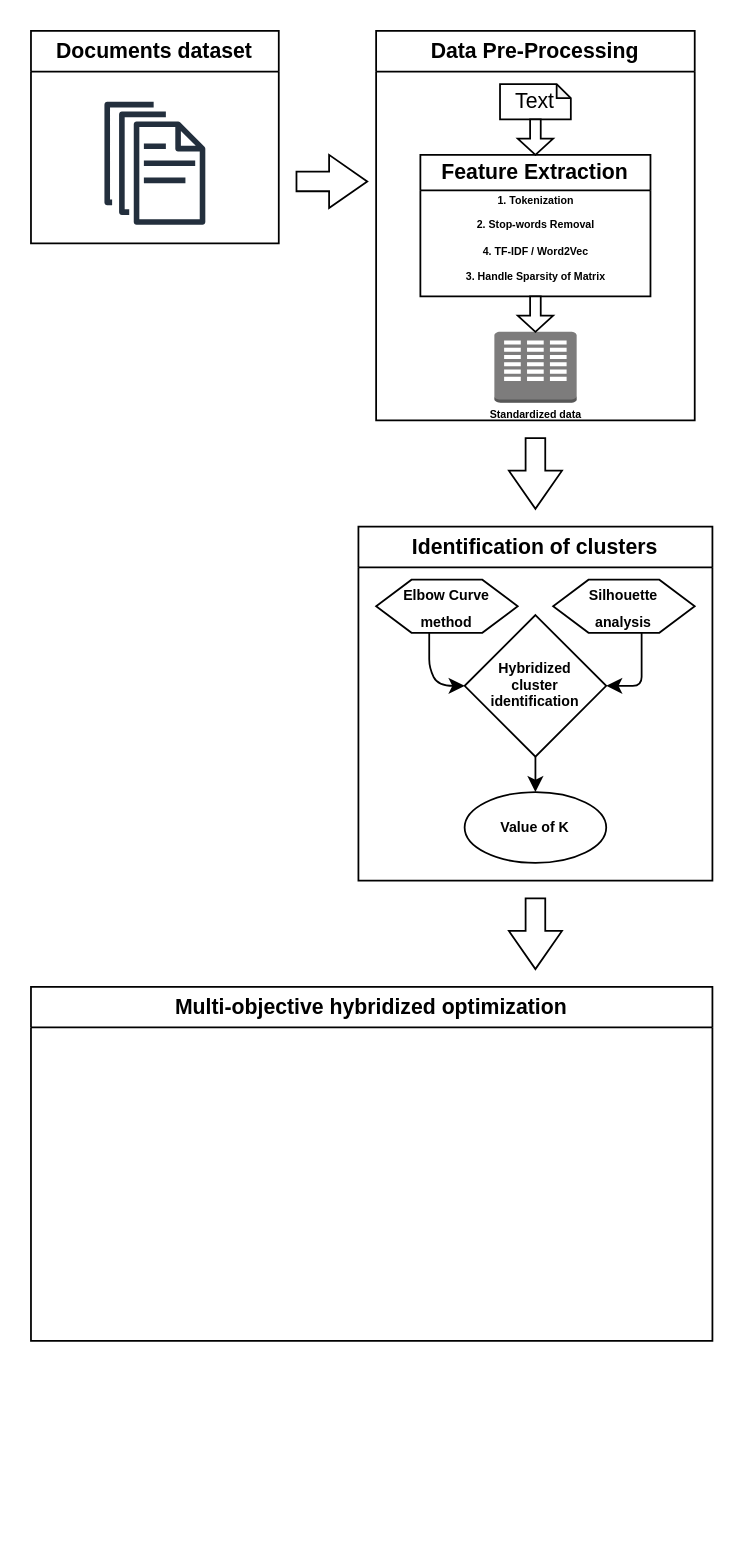
This is Untitled Diagram.drawio from vikramhankare/Covac, a draw.io file, before an edit. Source tidied: cells renumbered, new cells numbered last; positions are measured from the earlier drawing's top-left corner, leaving out a move shared by most shapes. Both pictures are drawn from the tidied source at 177%, with x=0, y=0 at pixel (30, 30).
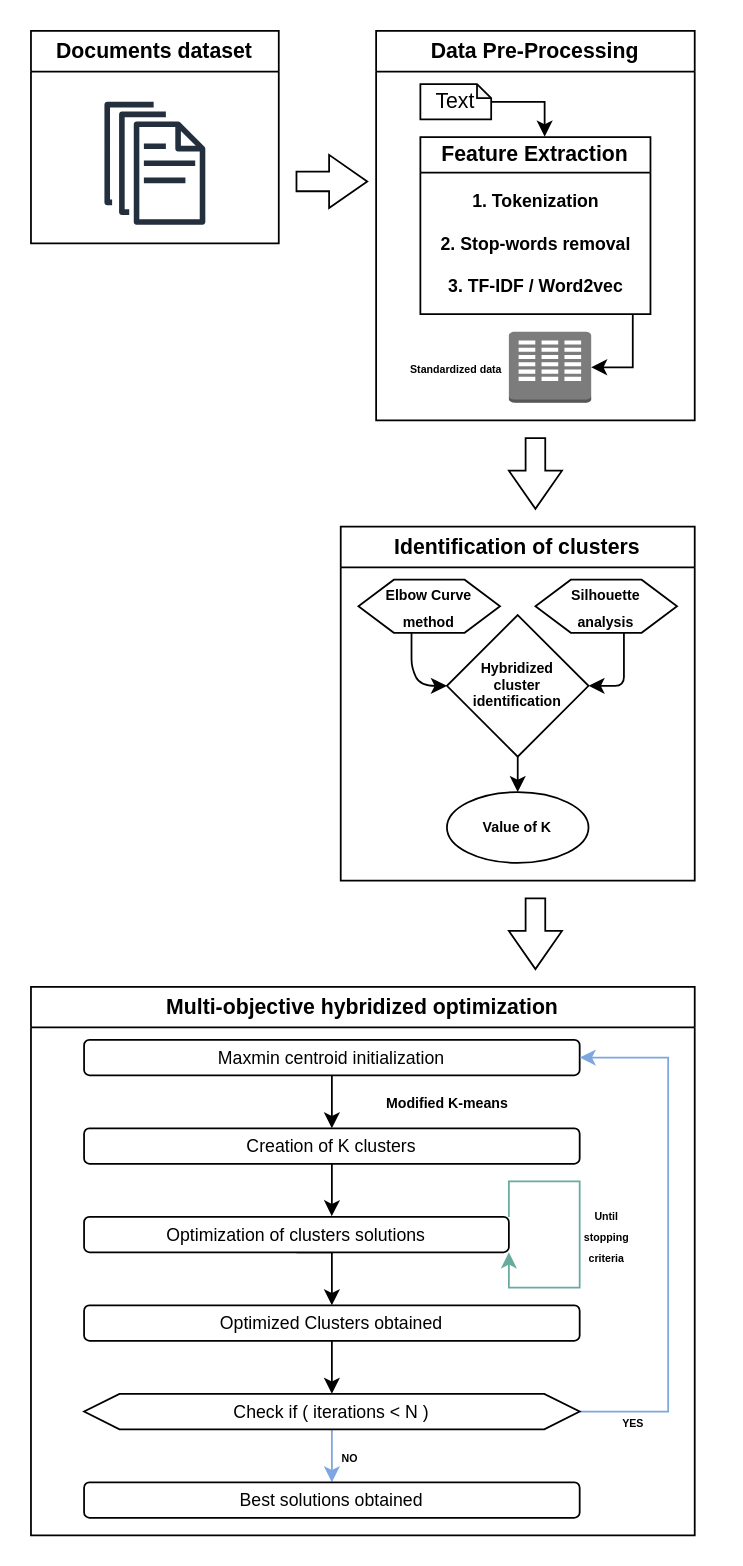
The same page after the edit.

Unchanged cells that the change refers to:
```xml
<mxCell id="4" value="Data Pre-Processing" style="swimlane;whiteSpace=wrap;html=1;" parent="1" vertex="1">
  <mxGeometry x="195" width="180" height="220" as="geometry" />
</mxCell>
```

Change to the diagram source:
```diff
@@
+    <mxCell id="24" style="edgeStyle=orthogonalEdgeStyle;rounded=0;jettySize=auto;html=1;strokeColor=#000000;fontSize=6;entryX=0.54;entryY=-0.003;entryDx=0;entryDy=0;entryPerimeter=0;" parent="4" edge="1" source="5" target="6">
+      <mxGeometry relative="1" as="geometry">
+        <Array as="points">
+          <mxPoint x="95" y="40" />
+          <mxPoint x="95" y="60" />
+        </Array>
+      </mxGeometry>
+    </mxCell>
     <mxCell id="5" value="Text" style="shape=note;whiteSpace=wrap;html=1;backgroundOutline=1;darkOpacity=0.05;size=8;" parent="4" vertex="1">
-      <mxGeometry x="70" y="30" width="40" height="20" as="geometry" />
+      <mxGeometry x="25" y="30" width="40" height="20" as="geometry" />
     </mxCell>
     <mxCell id="6" value="Feature Extraction" style="swimlane;whiteSpace=wrap;html=1;startSize=20;" parent="4" vertex="1">
-      <mxGeometry x="25" y="70" width="130" height="80" as="geometry" />
+      <mxGeometry x="25" y="60" width="130" height="100" as="geometry" />
     </mxCell>
-    <mxCell id="7" value="&lt;font style=&quot;font-size: 6px;&quot;&gt;&lt;b&gt;1. Tokenization&lt;br&gt;2. Stop-words Removal&lt;br&gt;&lt;/b&gt;&lt;b style=&quot;border-color: var(--border-color);&quot;&gt;4. TF-IDF / Word2Vec&lt;/b&gt;&lt;b&gt;&lt;br&gt;3. Handle Sparsity of Matrix&lt;br&gt;&lt;/b&gt;&lt;/font&gt;" style="text;html=1;align=center;verticalAlign=middle;strokeColor=none;fillColor=none;" parent="6" vertex="1">
-      <mxGeometry x="15" y="10" width="100" height="70" as="geometry" />
-    </mxCell>
-    <mxCell id="8" style="html=1;shadow=0;dashed=0;align=center;verticalAlign=middle;shape=mxgraph.arrows2.arrow;dy=0.7;dx=9.23;direction=south;notch=0;" parent="4" vertex="1">
-      <mxGeometry x="80" y="50" width="20" height="20" as="geometry" />
-    </mxCell>
+    <mxCell id="25" value="&lt;font style=&quot;font-size: 10px;&quot;&gt;&lt;b style=&quot;&quot;&gt;1. Tokenization&lt;br&gt;&lt;br&gt;2. Stop-words removal&lt;br&gt;&lt;br&gt;3. TF-IDF / Word2vec&lt;/b&gt;&lt;/font&gt;" style="text;html=1;align=center;verticalAlign=middle;strokeColor=none;fillColor=none;fontSize=6;" parent="6" vertex="1">
+      <mxGeometry y="25" width="130" height="70" as="geometry" />
+    </mxCell>
     <mxCell id="9" style="outlineConnect=0;dashed=0;verticalLabelPosition=bottom;verticalAlign=top;align=center;html=1;shape=mxgraph.aws3.corporate_data_center;fillColor=#7D7C7C;gradientColor=none;" parent="4" vertex="1">
-      <mxGeometry x="66.8" y="170" width="46.5" height="40" as="geometry" />
+      <mxGeometry x="75" y="170" width="46.5" height="40" as="geometry" />
     </mxCell>
     <mxCell id="10" value="&lt;font style=&quot;font-size: 6px;&quot;&gt;&lt;b&gt;Standardized data&lt;/b&gt;&lt;/font&gt;" style="text;html=1;align=center;verticalAlign=middle;strokeColor=none;fillColor=none;" parent="4" vertex="1">
-      <mxGeometry x="50" y="200" width="80" height="30" as="geometry" />
+      <mxGeometry x="5" y="175" width="80" height="30" as="geometry" />
     </mxCell>
-    <mxCell id="11" style="html=1;shadow=0;dashed=0;align=center;verticalAlign=middle;shape=mxgraph.arrows2.arrow;dy=0.7;dx=9.23;direction=south;notch=0;" parent="4" vertex="1">
-      <mxGeometry x="80" y="150" width="20" height="20" as="geometry" />
-    </mxCell>
+    <mxCell id="26" style="endArrow=classic;html=1;rounded=0;strokeColor=#000000;fontSize=10;entryX=1;entryY=0.5;entryDx=0;entryDy=0;entryPerimeter=0;" parent="4" edge="1" target="9">
+      <mxGeometry relative="1" as="geometry">
+        <mxPoint x="145" y="160" as="sourcePoint" />
+        <Array as="points">
+          <mxPoint x="145" y="190" />
+        </Array>
+      </mxGeometry>
+    </mxCell>
@@
     <mxCell id="14" value="Identification of clusters" style="swimlane;whiteSpace=wrap;html=1;" parent="1" vertex="1">
-      <mxGeometry x="185" y="280" width="200" height="200" as="geometry" />
+      <mxGeometry x="175" y="280" width="200" height="200" as="geometry" />
     </mxCell>
@@
     <mxCell id="22" value="&lt;font style=&quot;font-size: 12px;&quot;&gt;Multi-objective hybridized optimization&lt;/font&gt;" style="swimlane;whiteSpace=wrap;html=1;fontSize=8;" parent="1" vertex="1">
-      <mxGeometry y="540" width="385" height="200" as="geometry" />
+      <mxGeometry y="540" width="375" height="310" as="geometry" />
     </mxCell>
+    <mxCell id="27" style="edgeStyle=orthogonalEdgeStyle;rounded=0;jettySize=auto;html=1;entryX=0.5;entryY=0;entryDx=0;entryDy=0;fontSize=12;" parent="22" edge="1" source="28" target="30">
+      <mxGeometry relative="1" as="geometry" />
+    </mxCell>
+    <mxCell id="28" value="&lt;font style=&quot;font-size: 10px;&quot;&gt;Maxmin centroid initialization&lt;/font&gt;" style="rounded=1;whiteSpace=wrap;html=1;fontSize=12;" parent="22" vertex="1">
+      <mxGeometry x="30" y="30" width="280" height="20" as="geometry" />
+    </mxCell>
+    <mxCell id="29" style="edgeStyle=orthogonalEdgeStyle;rounded=0;jettySize=auto;html=1;entryX=0.583;entryY=-0.019;entryDx=0;entryDy=0;fontSize=10;entryPerimeter=0;" parent="22" edge="1" source="30" target="34">
+      <mxGeometry relative="1" as="geometry" />
+    </mxCell>
+    <mxCell id="30" value="&lt;font style=&quot;font-size: 10px;&quot;&gt;Creation of K clusters&lt;/font&gt;" style="rounded=1;whiteSpace=wrap;html=1;fontSize=12;" parent="22" vertex="1">
+      <mxGeometry x="30" y="80" width="280" height="20" as="geometry" />
+    </mxCell>
+    <mxCell id="31" value="&lt;font style=&quot;font-size: 8px;&quot;&gt;&lt;b&gt;Modified K-means&lt;/b&gt;&lt;/font&gt;" style="text;html=1;align=center;verticalAlign=middle;strokeColor=none;fillColor=none;fontSize=12;" parent="22" vertex="1">
+      <mxGeometry x="190" y="50" width="90" height="30" as="geometry" />
+    </mxCell>
+    <mxCell id="32" style="edgeStyle=orthogonalEdgeStyle;rounded=0;orthogonalLoop=1;jettySize=auto;html=1;exitX=1;exitY=0;exitDx=0;exitDy=0;fontSize=10;entryX=1;entryY=1;entryDx=0;entryDy=0;strokeColor=#67AB9F;" parent="22" edge="1" source="34" target="34">
+      <mxGeometry relative="1" as="geometry">
+        <Array as="points">
+          <mxPoint x="270" y="110" />
+          <mxPoint x="310" y="110" />
+          <mxPoint x="310" y="170" />
+          <mxPoint x="270" y="170" />
+        </Array>
+      </mxGeometry>
+    </mxCell>
+    <mxCell id="33" style="edgeStyle=orthogonalEdgeStyle;rounded=0;jettySize=auto;html=1;exitX=0.5;exitY=1;exitDx=0;exitDy=0;entryX=0.5;entryY=0;entryDx=0;entryDy=0;strokeColor=#000000;fontSize=10;" parent="22" edge="1" source="34" target="37">
+      <mxGeometry relative="1" as="geometry" />
+    </mxCell>
+    <mxCell id="34" value="Optimization of clusters solutions" style="rounded=1;whiteSpace=wrap;html=1;fontSize=10;" parent="22" vertex="1">
+      <mxGeometry x="30" y="130" width="240" height="20" as="geometry" />
+    </mxCell>
+    <mxCell id="35" value="&lt;font style=&quot;font-size: 6px;&quot;&gt;&lt;b&gt;Until &lt;br&gt;stopping &lt;br&gt;criteria&lt;/b&gt;&lt;/font&gt;" style="text;html=1;align=center;verticalAlign=middle;strokeColor=none;fillColor=none;fontSize=10;" parent="22" vertex="1">
+      <mxGeometry x="300" y="115" width="50" height="50" as="geometry" />
+    </mxCell>
+    <mxCell id="36" style="edgeStyle=orthogonalEdgeStyle;rounded=0;jettySize=auto;html=1;entryX=0.5;entryY=0;entryDx=0;entryDy=0;strokeColor=#000000;fontSize=10;" parent="22" edge="1" source="37" target="40">
+      <mxGeometry relative="1" as="geometry" />
+    </mxCell>
+    <mxCell id="37" value="&lt;font style=&quot;font-size: 10px;&quot;&gt;Optimized Clusters obtained&lt;/font&gt;" style="rounded=1;whiteSpace=wrap;html=1;fontSize=6;" parent="22" vertex="1">
+      <mxGeometry x="30" y="180" width="280" height="20" as="geometry" />
+    </mxCell>
+    <mxCell id="38" style="edgeStyle=orthogonalEdgeStyle;rounded=0;jettySize=auto;html=1;strokeColor=#7EA6E0;fontSize=10;entryX=1;entryY=0.5;entryDx=0;entryDy=0;" parent="22" edge="1" source="40" target="28">
+      <mxGeometry relative="1" as="geometry">
+        <Array as="points">
+          <mxPoint x="360" y="240" />
+          <mxPoint x="360" y="40" />
+        </Array>
+      </mxGeometry>
+    </mxCell>
+    <mxCell id="39" style="edgeStyle=orthogonalEdgeStyle;rounded=0;jettySize=auto;html=1;entryX=0.5;entryY=0;entryDx=0;entryDy=0;strokeColor=#7EA6E0;fontSize=10;" parent="22" edge="1" source="40" target="42">
+      <mxGeometry relative="1" as="geometry" />
+    </mxCell>
+    <mxCell id="40" value="Check if ( iterations &amp;lt; N )" style="shape=hexagon;perimeter=hexagonPerimeter2;whiteSpace=wrap;html=1;fixedSize=1;fontSize=10;" parent="22" vertex="1">
+      <mxGeometry x="30" y="230" width="280" height="20" as="geometry" />
+    </mxCell>
+    <mxCell id="41" value="&lt;font style=&quot;font-size: 6px;&quot;&gt;&lt;b style=&quot;&quot;&gt;YES&lt;/b&gt;&lt;/font&gt;" style="text;html=1;align=center;verticalAlign=middle;strokeColor=none;fillColor=none;fontSize=10;" parent="22" vertex="1">
+      <mxGeometry x="320" y="230" width="40" height="30" as="geometry" />
+    </mxCell>
+    <mxCell id="42" value="&lt;font style=&quot;font-size: 10px;&quot;&gt;Best solutions obtained&lt;/font&gt;" style="rounded=1;whiteSpace=wrap;html=1;fontSize=6;" parent="22" vertex="1">
+      <mxGeometry x="30" y="280" width="280" height="20" as="geometry" />
+    </mxCell>
+    <mxCell id="43" value="&lt;b&gt;&lt;font style=&quot;font-size: 6px;&quot;&gt;NO&lt;/font&gt;&lt;/b&gt;" style="text;html=1;align=center;verticalAlign=middle;strokeColor=none;fillColor=none;fontSize=10;" parent="22" vertex="1">
+      <mxGeometry x="165" y="250" width="30" height="30" as="geometry" />
+    </mxCell>
```
